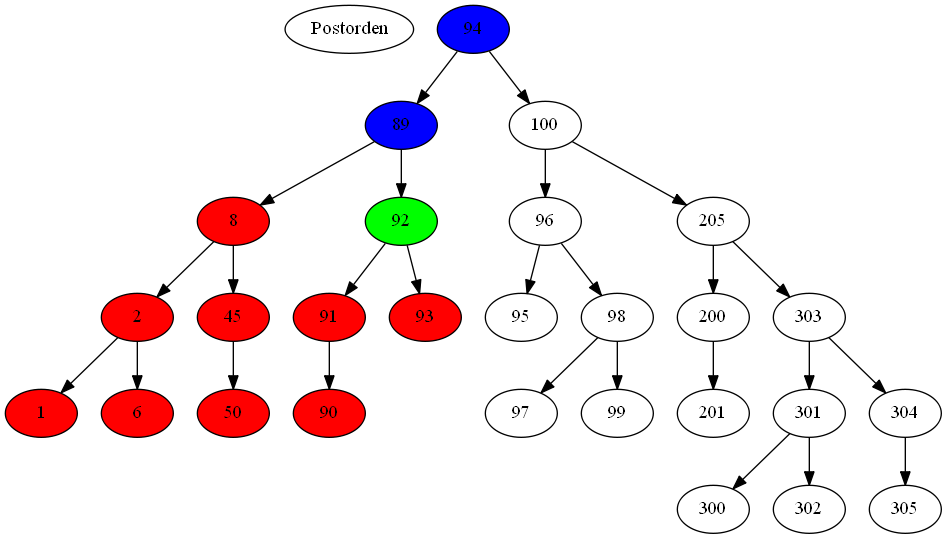
This is Proyecto2/imagen.png from crisborr8/EDD_DIC_2019_PY2_201602719, a Graphviz export, as it was before one commit. Its source is kept beside it as Proyecto2/imagen.dot.
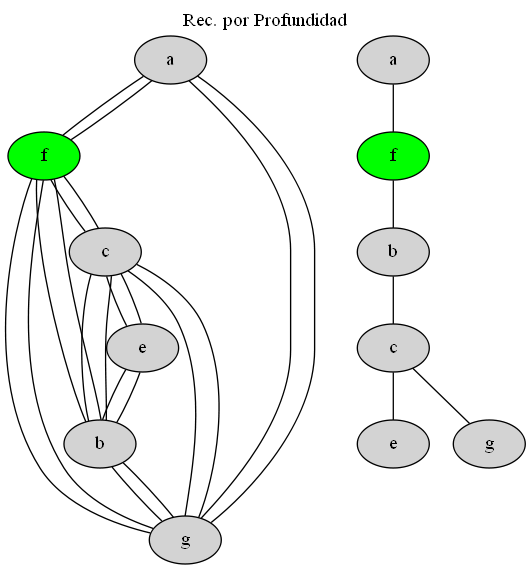
Later version of the same file.

What changed in the source:
```diff
@@ -1,57 +1,60 @@
 digraph G{
-Postorden;
-94 [style=filled, fillcolor=blue];
-94->89;
-89 [style=filled, fillcolor=blue];
-89->8;
-8 [style=filled, fillcolor=red];
-8->2;
-2 [style=filled, fillcolor=red];
-2->1;
-1 [style=filled, fillcolor=red];
-2->6;
-6 [style=filled, fillcolor=red];
-8->45;
-45 [style=filled, fillcolor=red];
-45->50;
-50 [style=filled, fillcolor=red];
-89->92;
-92 [style=filled, fillcolor=green];
-92->91;
-91 [style=filled, fillcolor=red];
-91->90;
-90 [style=filled, fillcolor=red];
-92->93;
-93 [style=filled, fillcolor=red];
-94->100;
-100;
-100->96;
-96;
-96->95;
-95;
-96->98;
-98;
-98->97;
-97;
-98->99;
-99;
-100->205;
-205;
-205->200;
-200;
-200->201;
-201;
-205->303;
-303;
-303->301;
-301;
-301->300;
-300;
-301->302;
-302;
-303->304;
-304;
-304->305;
-305;
+labelloc = "t";
+label="Rec. por Profundidad";
+node [style=filled];
+edge [arrowhead=none];
+_a [label="a"];
+_f [label="f"];
+_g [label="g"];
+_b [label="b"];
+_c [label="c"];
+_e [label="e"];
+_f [label="f"];
+_g [label="g"];
+_c [label="c"];
+_b [label="b"];
+_e [label="e"];
+_f [label="f"];
+_g [label="g"];
+_e [label="e"];
+_b [label="b"];
+_c [label="c"];
+_f [label="f"];
+_a [label="a"];
+_b [label="b"];
+_c [label="c"];
+_g [label="g"];
+_g [label="g"];
+_a [label="a"];
+_b [label="b"];
+_c [label="c"];
+_f [label="f"];
+_a->_f;
+_a->_g;
+_b->_c;
+_b->_e;
+_b->_f;
+_b->_g;
+_c->_b;
+_c->_e;
+_c->_f;
+_c->_g;
+_e->_b;
+_e->_c;
+_f->_a;
+_f->_b;
+_f->_c;
+_f->_g;
+_g->_a;
+_g->_b;
+_g->_c;
+_g->_f;
+a->f;
+f->b;
+b->c;
+c->e;
+c->g;
+f [fillcolor=green];
+_f [fillcolor=green];
 
 }
```
